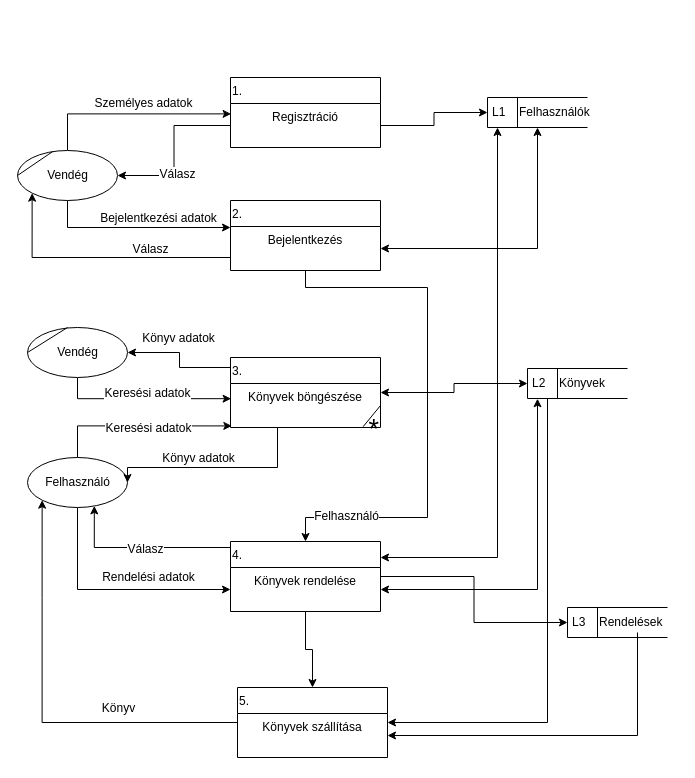
The draw.io diagram page "Page-1" (1 of 5) of dfd_logikai.drawio in Dzseta/Adatbazis-alapu-rendszerek, before the edit. Source tidied: cells renumbered, new cells numbered last; positions are measured from the earlier drawing's top-left corner, leaving out a move shared by most shapes. Both pictures are drawn from the tidied source at 100%, with x=0, y=0 at pixel (17, 77).
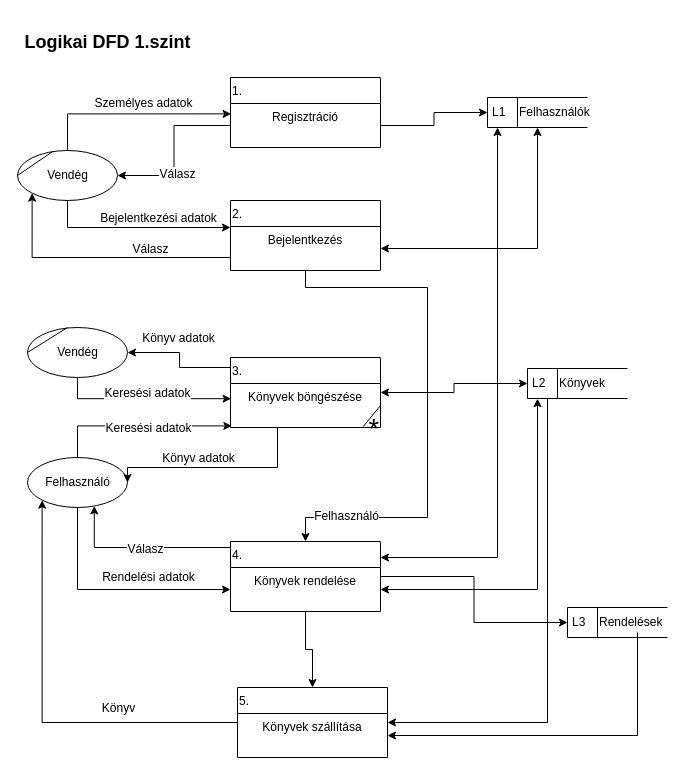
The same page after the edit.

What changed in the source:
```diff
@@
+    <mxCell id="58" value="&lt;h2&gt;Logikai DFD 1.szint&lt;/h2&gt;" style="text;html=1;align=center;verticalAlign=middle;" parent="1" vertex="1">
+      <mxGeometry y="-60" width="180" height="50" as="geometry" />
+    </mxCell>
```
